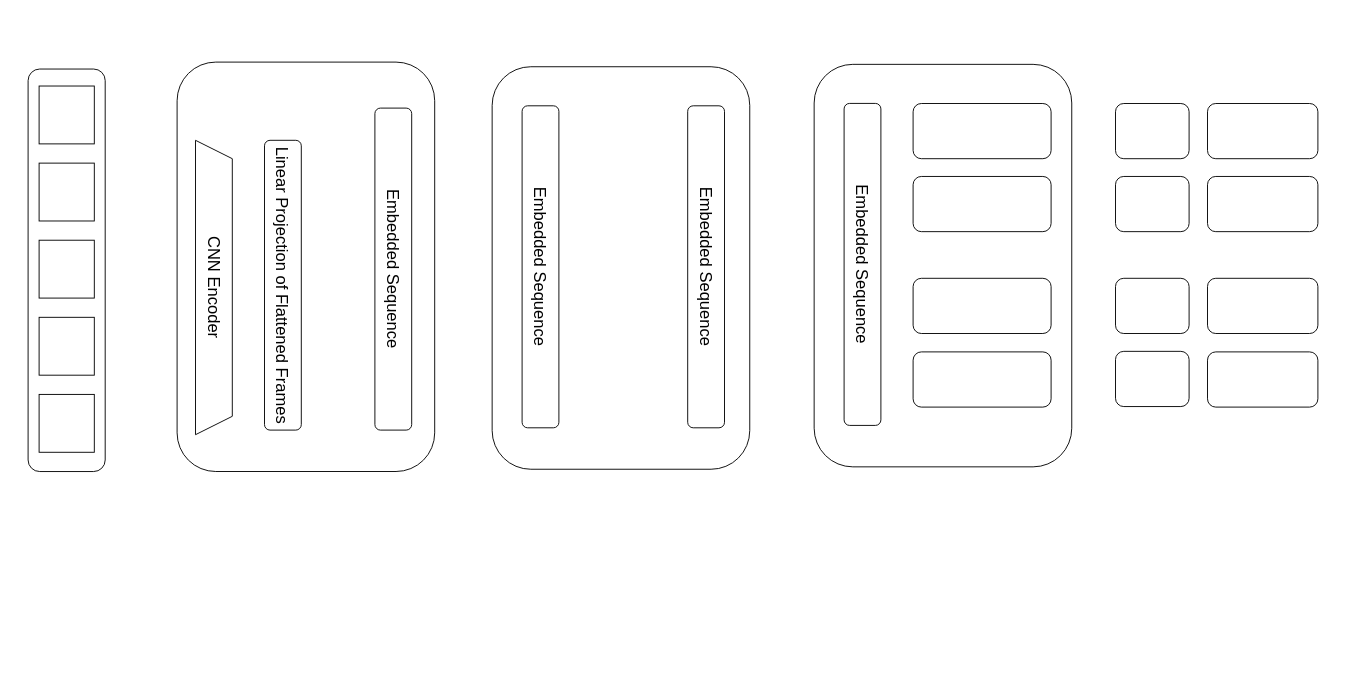
Above: CSTVT.drawio in GeorgeLifinRell/CSTVT (draw.io), before the change. Source tidied: cells renumbered, new cells numbered last; positions are measured from the earlier drawing's top-left corner, leaving out a move shared by most shapes. Both pictures are drawn from the tidied source at 92%, with x=0, y=0 at pixel (-135, 62).
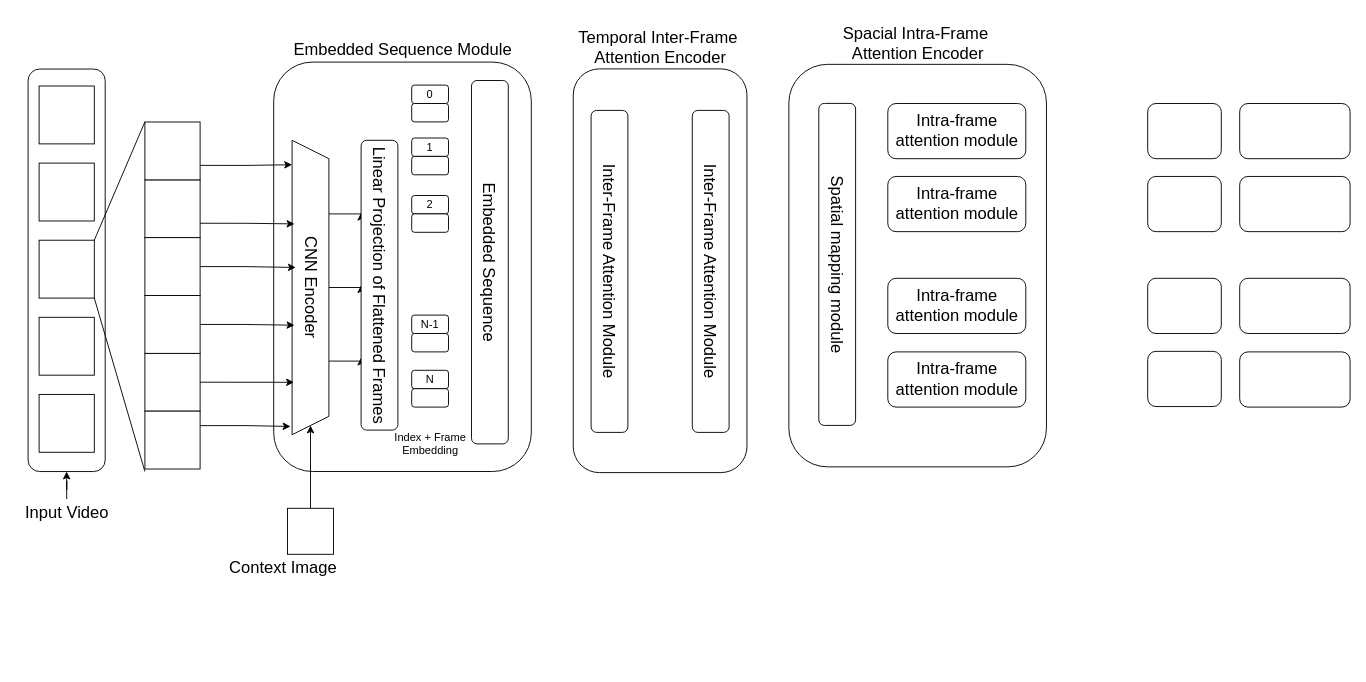
After the change.

Unchanged cells that the change refers to:
```xml
<mxCell id="2" style="rounded=1;whiteSpace=wrap;html=1;rotation=90;" parent="1" vertex="1">
  <mxGeometry x="0.2" y="184.4" width="437.5" height="83.8" as="geometry" />
</mxCell>
<mxCell id="5" style="rounded=0;whiteSpace=wrap;html=1;" parent="1" vertex="1">
  <mxGeometry x="189" y="193.6" width="60" height="62.9" as="geometry" />
</mxCell>
```

The edit, as a diff of the source:
```diff
@@
-    <mxCell id="8" style="group;" parent="1" vertex="1">
-      <mxGeometry x="339" width="280" height="445" as="geometry" />
-    </mxCell>
-    <mxCell id="9" style="rounded=1;whiteSpace=wrap;html=1;rotation=90;" parent="8" vertex="1">
-      <mxGeometry x="-82.5" y="82.5" width="445" height="280" as="geometry" />
-    </mxCell>
-    <mxCell id="10" value="&lt;font style=&quot;font-size: 18px;&quot;&gt;CNN Encoder&lt;/font&gt;" style="shape=trapezoid;perimeter=trapezoidPerimeter;whiteSpace=wrap;html=1;fixedSize=1;rotation=90;" parent="8" vertex="1">
-      <mxGeometry x="-120" y="225" width="320" height="40" as="geometry" />
-    </mxCell>
-    <mxCell id="11" value="&lt;font style=&quot;font-size: 18px;&quot;&gt;Linear Projection of Flattened Frames&lt;/font&gt;" style="rounded=1;whiteSpace=wrap;html=1;rotation=90;" parent="8" vertex="1">
-      <mxGeometry x="-42.5" y="222.5" width="315" height="40" as="geometry" />
-    </mxCell>
-    <mxCell id="12" value="&lt;font style=&quot;font-size: 18px;&quot;&gt;Embedded Sequence&lt;/font&gt;" style="rounded=1;whiteSpace=wrap;html=1;rotation=90;" parent="8" vertex="1">
-      <mxGeometry x="60" y="205" width="350" height="40" as="geometry" />
-    </mxCell>
-    <mxCell id="13" style="group;" parent="1" vertex="1">
-      <mxGeometry x="681.5" y="5" width="280" height="437.5" as="geometry" />
-    </mxCell>
-    <mxCell id="14" style="rounded=1;whiteSpace=wrap;html=1;rotation=90;" parent="13" vertex="1">
-      <mxGeometry x="-78.8" y="78.8" width="437.5" height="280" as="geometry" />
-    </mxCell>
-    <mxCell id="15" value="&lt;font style=&quot;font-size: 18px;&quot;&gt;Embedded Sequence&lt;/font&gt;" style="rounded=1;whiteSpace=wrap;html=1;rotation=90;" parent="13" vertex="1">
-      <mxGeometry x="-122.5" y="197.5" width="350" height="40" as="geometry" />
-    </mxCell>
-    <mxCell id="16" value="&lt;font style=&quot;font-size: 18px;&quot;&gt;Embedded Sequence&lt;/font&gt;" style="rounded=1;whiteSpace=wrap;html=1;rotation=90;" parent="13" vertex="1">
-      <mxGeometry x="57.5" y="197.5" width="350" height="40" as="geometry" />
-    </mxCell>
     <mxCell id="17" style="group;" parent="1" vertex="1">
-      <mxGeometry x="1031.5" y="2.4" width="280" height="437.5" as="geometry" />
+      <mxGeometry x="1004" y="2.4" width="280" height="653.8" as="geometry" />
     </mxCell>
@@
-    <mxCell id="19" value="&lt;font style=&quot;font-size: 18px;&quot;&gt;Embedded Sequence&lt;/font&gt;" style="rounded=1;whiteSpace=wrap;html=1;rotation=90;" parent="17" vertex="1">
+    <mxCell id="19" value="&lt;font style=&quot;font-size: 18px;&quot;&gt;Spatial mapping module&lt;/font&gt;" style="rounded=1;whiteSpace=wrap;html=1;rotation=90;" parent="17" vertex="1">
       <mxGeometry x="-122.5" y="197.5" width="350" height="40" as="geometry" />
     </mxCell>
-    <mxCell id="20" style="rounded=1;whiteSpace=wrap;html=1;" parent="17" vertex="1">
+    <mxCell id="20" value="&lt;font style=&quot;font-size: 18px;&quot;&gt;Intra-frame attention module&lt;/font&gt;" style="rounded=1;whiteSpace=wrap;html=1;" parent="17" vertex="1">
       <mxGeometry x="107.5" y="42.6" width="150" height="60" as="geometry" />
     </mxCell>
-    <mxCell id="21" style="rounded=1;whiteSpace=wrap;html=1;" parent="17" vertex="1">
+    <mxCell id="21" value="&lt;span style=&quot;font-size: 18px;&quot;&gt;Intra-frame attention module&lt;/span&gt;" style="rounded=1;whiteSpace=wrap;html=1;" parent="17" vertex="1">
       <mxGeometry x="107.5" y="312.6" width="150" height="60" as="geometry" />
     </mxCell>
-    <mxCell id="22" style="rounded=1;whiteSpace=wrap;html=1;" parent="17" vertex="1">
+    <mxCell id="22" value="&lt;span style=&quot;font-size: 18px;&quot;&gt;Intra-frame attention module&lt;/span&gt;" style="rounded=1;whiteSpace=wrap;html=1;" parent="17" vertex="1">
       <mxGeometry x="107.5" y="232.6" width="150" height="60" as="geometry" />
     </mxCell>
-    <mxCell id="23" style="rounded=1;whiteSpace=wrap;html=1;" parent="17" vertex="1">
+    <mxCell id="23" value="&lt;span style=&quot;font-size: 18px;&quot;&gt;Intra-frame attention module&lt;/span&gt;" style="rounded=1;whiteSpace=wrap;html=1;" parent="17" vertex="1">
       <mxGeometry x="107.5" y="121.9" width="150" height="60" as="geometry" />
     </mxCell>
     <mxCell id="24" style="group;" parent="1" vertex="1">
-      <mxGeometry x="1359" y="45" width="220" height="330" as="geometry" />
+      <mxGeometry x="1394" y="45" width="220" height="330" as="geometry" />
     </mxCell>
@@
+    <mxCell id="33" style="edgeStyle=orthogonalEdgeStyle;rounded=0;jettySize=auto;html=1;entryX=1;entryY=0.5;entryDx=0;entryDy=0;" parent="1" edge="1" source="34" target="2">
+      <mxGeometry relative="1" as="geometry" />
+    </mxCell>
+    <mxCell id="34" value="&lt;font style=&quot;font-size: 18px;&quot;&gt;Input Video&lt;/font&gt;" style="text;html=1;align=center;verticalAlign=middle;points=[];strokeColor=none;fillColor=none;" parent="1" vertex="1">
+      <mxGeometry x="164" y="475" width="110" height="30" as="geometry" />
+    </mxCell>
+    <mxCell id="35" value="&lt;font style=&quot;font-size: 18px;&quot;&gt;Context Image&lt;/font&gt;" style="text;html=1;align=center;verticalAlign=middle;strokeColor=none;fillColor=none;" parent="1" vertex="1">
+      <mxGeometry x="384" y="535" width="140" height="30" as="geometry" />
+    </mxCell>
+    <mxCell id="36" value="&lt;font style=&quot;font-size: 18px;&quot;&gt;Spacial Intra-Frame&amp;nbsp;&lt;/font&gt;&lt;div&gt;&lt;font style=&quot;font-size: 18px;&quot;&gt;Attention Encoder&lt;/font&gt;&lt;/div&gt;" style="text;html=1;align=center;verticalAlign=middle;strokeColor=none;fillColor=none;" parent="1" vertex="1">
+      <mxGeometry x="1049" y="-50" width="190" height="60" as="geometry" />
+    </mxCell>
+    <mxCell id="37" style="group;" parent="1" vertex="1">
+      <mxGeometry x="304" y="65.1" width="60" height="377.1" as="geometry" />
+    </mxCell>
+    <mxCell id="38" style="rounded=0;whiteSpace=wrap;html=1;" parent="37" vertex="1">
+      <mxGeometry y="62.9" width="60" height="62.9" as="geometry" />
+    </mxCell>
+    <mxCell id="39" style="rounded=0;whiteSpace=wrap;html=1;" parent="37" vertex="1">
+      <mxGeometry y="125.7" width="60" height="62.9" as="geometry" />
+    </mxCell>
+    <mxCell id="40" style="rounded=0;whiteSpace=wrap;html=1;" parent="37" vertex="1">
+      <mxGeometry y="251.4" width="60" height="62.9" as="geometry" />
+    </mxCell>
+    <mxCell id="41" style="rounded=0;whiteSpace=wrap;html=1;" parent="37" vertex="1">
+      <mxGeometry y="188.6" width="60" height="62.9" as="geometry" />
+    </mxCell>
+    <mxCell id="42" style="rounded=0;whiteSpace=wrap;html=1;" parent="37" vertex="1">
+      <mxGeometry width="60" height="62.9" as="geometry" />
+    </mxCell>
+    <mxCell id="43" style="rounded=0;whiteSpace=wrap;html=1;" parent="37" vertex="1">
+      <mxGeometry y="314.3" width="60" height="62.9" as="geometry" />
+    </mxCell>
+    <mxCell id="44" style="group;" parent="1" vertex="1">
+      <mxGeometry x="444" y="-27.6" width="520" height="572.6" as="geometry" />
+    </mxCell>
+    <mxCell id="8" style="group;" parent="44" vertex="1">
+      <mxGeometry y="27.6" width="520" height="446.2" as="geometry" />
+    </mxCell>
+    <mxCell id="9" style="rounded=1;whiteSpace=wrap;html=1;rotation=90;" parent="8" vertex="1">
+      <mxGeometry x="-82.5" y="82.5" width="445" height="280" as="geometry" />
+    </mxCell>
+    <mxCell id="45" style="edgeStyle=orthogonalEdgeStyle;rounded=0;jettySize=auto;html=1;exitX=0.5;exitY=0;exitDx=0;exitDy=0;entryX=0.5;entryY=1;entryDx=0;entryDy=0;" parent="8" edge="1" source="10" target="11">
+      <mxGeometry relative="1" as="geometry" />
+    </mxCell>
+    <mxCell id="46" style="edgeStyle=orthogonalEdgeStyle;rounded=0;jettySize=auto;html=1;exitX=0.25;exitY=0;exitDx=0;exitDy=0;entryX=0.25;entryY=1;entryDx=0;entryDy=0;" parent="8" edge="1" source="10" target="11">
+      <mxGeometry relative="1" as="geometry" />
+    </mxCell>
+    <mxCell id="47" style="edgeStyle=orthogonalEdgeStyle;rounded=0;jettySize=auto;html=1;exitX=0.75;exitY=0;exitDx=0;exitDy=0;entryX=0.75;entryY=1;entryDx=0;entryDy=0;" parent="8" edge="1" source="10" target="11">
+      <mxGeometry relative="1" as="geometry" />
+    </mxCell>
+    <mxCell id="10" value="&lt;font style=&quot;font-size: 18px;&quot;&gt;CNN Encoder&lt;/font&gt;" style="shape=trapezoid;perimeter=trapezoidPerimeter;whiteSpace=wrap;html=1;fixedSize=1;rotation=90;" parent="8" vertex="1">
+      <mxGeometry x="-120" y="225" width="320" height="40" as="geometry" />
+    </mxCell>
+    <mxCell id="11" value="&lt;font style=&quot;font-size: 18px;&quot;&gt;Linear Projection of Flattened Frames&lt;/font&gt;" style="rounded=1;whiteSpace=wrap;html=1;rotation=90;" parent="8" vertex="1">
+      <mxGeometry x="-42.5" y="222.5" width="315" height="40" as="geometry" />
+    </mxCell>
+    <mxCell id="12" value="&lt;font style=&quot;font-size: 18px;&quot;&gt;Embedded Sequence&lt;/font&gt;" style="rounded=1;whiteSpace=wrap;html=1;rotation=90;" parent="8" vertex="1">
+      <mxGeometry x="37.5" y="197.5" width="395" height="40" as="geometry" />
+    </mxCell>
+    <mxCell id="48" style="group;" parent="8" vertex="1">
+      <mxGeometry x="150" y="25" width="40" height="40" as="geometry" />
+    </mxCell>
+    <mxCell id="49" value="0" style="rounded=1;whiteSpace=wrap;html=1;" parent="48" vertex="1">
+      <mxGeometry width="40" height="20" as="geometry" />
+    </mxCell>
+    <mxCell id="50" style="rounded=1;whiteSpace=wrap;html=1;" parent="48" vertex="1">
+      <mxGeometry y="20" width="40" height="20" as="geometry" />
+    </mxCell>
+    <mxCell id="51" style="group;" parent="8" vertex="1">
+      <mxGeometry x="150" y="82.5" width="40" height="40" as="geometry" />
+    </mxCell>
+    <mxCell id="52" value="1" style="rounded=1;whiteSpace=wrap;html=1;" parent="51" vertex="1">
+      <mxGeometry width="40" height="20" as="geometry" />
+    </mxCell>
+    <mxCell id="53" style="rounded=1;whiteSpace=wrap;html=1;" parent="51" vertex="1">
+      <mxGeometry y="20" width="40" height="20" as="geometry" />
+    </mxCell>
+    <mxCell id="54" style="group;" parent="8" vertex="1">
+      <mxGeometry x="150" y="145" width="40" height="40" as="geometry" />
+    </mxCell>
+    <mxCell id="55" value="2" style="rounded=1;whiteSpace=wrap;html=1;" parent="54" vertex="1">
+      <mxGeometry width="40" height="20" as="geometry" />
+    </mxCell>
+    <mxCell id="56" style="rounded=1;whiteSpace=wrap;html=1;" parent="54" vertex="1">
+      <mxGeometry y="20" width="40" height="20" as="geometry" />
+    </mxCell>
+    <mxCell id="57" style="group;" parent="8" vertex="1">
+      <mxGeometry x="150" y="275" width="40" height="40" as="geometry" />
+    </mxCell>
+    <mxCell id="58" value="N-1" style="rounded=1;whiteSpace=wrap;html=1;" parent="57" vertex="1">
+      <mxGeometry width="40" height="20" as="geometry" />
+    </mxCell>
+    <mxCell id="59" style="rounded=1;whiteSpace=wrap;html=1;" parent="57" vertex="1">
+      <mxGeometry y="20" width="40" height="20" as="geometry" />
+    </mxCell>
+    <mxCell id="60" style="group;" parent="8" vertex="1">
+      <mxGeometry x="150" y="335" width="40" height="40" as="geometry" />
+    </mxCell>
+    <mxCell id="61" value="N" style="rounded=1;whiteSpace=wrap;html=1;" parent="60" vertex="1">
+      <mxGeometry width="40" height="20" as="geometry" />
+    </mxCell>
+    <mxCell id="62" style="rounded=1;whiteSpace=wrap;html=1;" parent="60" vertex="1">
+      <mxGeometry y="20" width="40" height="20" as="geometry" />
+    </mxCell>
+    <mxCell id="63" value="Index + Frame&lt;div&gt;Embedding&lt;/div&gt;" style="text;html=1;align=center;verticalAlign=middle;strokeColor=none;fillColor=none;" parent="8" vertex="1">
+      <mxGeometry x="120" y="395" width="100" height="40" as="geometry" />
+    </mxCell>
+    <mxCell id="64" style="group;" parent="8" vertex="1">
+      <mxGeometry x="320" y="-45" width="200" height="491.2" as="geometry" />
+    </mxCell>
+    <mxCell id="65" value="&lt;font style=&quot;font-size: 18px;&quot;&gt;Temporal Inter-Frame&amp;nbsp;&lt;/font&gt;&lt;div&gt;&lt;font style=&quot;font-size: 18px;&quot;&gt;Attention Encoder&lt;/font&gt;&lt;/div&gt;" style="text;html=1;align=center;verticalAlign=middle;strokeColor=none;fillColor=none;" parent="64" vertex="1">
+      <mxGeometry width="200" height="60" as="geometry" />
+    </mxCell>
+    <mxCell id="66" style="group;" parent="64" vertex="1">
+      <mxGeometry x="5.6" y="52.4" width="188.8" height="438.8" as="geometry" />
+    </mxCell>
+    <mxCell id="14" style="rounded=1;whiteSpace=wrap;html=1;rotation=90;" parent="66" vertex="1">
+      <mxGeometry x="-125" y="125" width="438.8" height="188.8" as="geometry" />
+    </mxCell>
+    <mxCell id="15" value="&lt;font style=&quot;font-size: 18px;&quot;&gt;Inter-Frame Attention Module&lt;/font&gt;" style="rounded=1;whiteSpace=wrap;html=1;rotation=90;" parent="66" vertex="1">
+      <mxGeometry x="-135.6" y="200.1" width="350" height="40" as="geometry" />
+    </mxCell>
+    <mxCell id="16" value="&lt;span style=&quot;font-size: 18px;&quot;&gt;Inter-Frame Attention Module&lt;/span&gt;" style="rounded=1;whiteSpace=wrap;html=1;rotation=90;" parent="66" vertex="1">
+      <mxGeometry x="-25.6" y="200.1" width="350" height="40" as="geometry" />
+    </mxCell>
+    <mxCell id="67" style="edgeStyle=orthogonalEdgeStyle;rounded=0;jettySize=auto;html=1;entryX=1;entryY=0.5;entryDx=0;entryDy=0;" parent="44" edge="1" source="68" target="10">
+      <mxGeometry relative="1" as="geometry" />
+    </mxCell>
+    <mxCell id="68" style="rounded=0;whiteSpace=wrap;html=1;" parent="44" vertex="1">
+      <mxGeometry x="15" y="512.6" width="50" height="50" as="geometry" />
+    </mxCell>
+    <mxCell id="69" value="&lt;font style=&quot;font-size: 18px;&quot;&gt;Embedded Sequence Module&lt;/font&gt;" style="text;html=1;align=center;verticalAlign=middle;strokeColor=none;fillColor=none;" parent="44" vertex="1">
+      <mxGeometry x="10" width="260" height="30" as="geometry" />
+    </mxCell>
+    <mxCell id="70" style="endArrow=none;html=1;rounded=0;exitX=1;exitY=0;exitDx=0;exitDy=0;" parent="1" edge="1" source="5">
+      <mxGeometry relative="1" as="geometry">
+        <mxPoint x="304" y="65" as="targetPoint" />
+      </mxGeometry>
+    </mxCell>
+    <mxCell id="71" style="endArrow=none;html=1;rounded=0;exitX=1;exitY=1;exitDx=0;exitDy=0;" parent="1" edge="1" source="5">
+      <mxGeometry relative="1" as="geometry">
+        <mxPoint x="304" y="445" as="targetPoint" />
+      </mxGeometry>
+    </mxCell>
+    <mxCell id="72" style="edgeStyle=orthogonalEdgeStyle;rounded=0;jettySize=auto;html=1;exitX=1;exitY=0.75;exitDx=0;exitDy=0;entryX=0.083;entryY=1;entryDx=0;entryDy=0;entryPerimeter=0;" parent="1" edge="1" source="42" target="10">
+      <mxGeometry relative="1" as="geometry" />
+    </mxCell>
+    <mxCell id="73" style="edgeStyle=orthogonalEdgeStyle;rounded=0;jettySize=auto;html=1;exitX=1;exitY=0.5;exitDx=0;exitDy=0;entryX=0.432;entryY=0.9;entryDx=0;entryDy=0;entryPerimeter=0;" parent="1" edge="1" source="39" target="10">
+      <mxGeometry relative="1" as="geometry" />
+    </mxCell>
+    <mxCell id="74" style="edgeStyle=orthogonalEdgeStyle;rounded=0;jettySize=auto;html=1;exitX=1;exitY=0.5;exitDx=0;exitDy=0;entryX=0.628;entryY=0.936;entryDx=0;entryDy=0;entryPerimeter=0;" parent="1" edge="1" source="41" target="10">
+      <mxGeometry relative="1" as="geometry" />
+    </mxCell>
+    <mxCell id="75" style="edgeStyle=orthogonalEdgeStyle;rounded=0;jettySize=auto;html=1;exitX=1;exitY=0.75;exitDx=0;exitDy=0;entryX=0.284;entryY=0.936;entryDx=0;entryDy=0;entryPerimeter=0;" parent="1" edge="1" source="38" target="10">
+      <mxGeometry relative="1" as="geometry" />
+    </mxCell>
+    <mxCell id="76" style="edgeStyle=orthogonalEdgeStyle;rounded=0;jettySize=auto;html=1;exitX=1;exitY=0.25;exitDx=0;exitDy=0;entryX=0.972;entryY=1.043;entryDx=0;entryDy=0;entryPerimeter=0;" parent="1" edge="1" source="43" target="10">
+      <mxGeometry relative="1" as="geometry" />
+    </mxCell>
+    <mxCell id="77" style="edgeStyle=orthogonalEdgeStyle;rounded=0;jettySize=auto;html=1;exitX=1;exitY=0.5;exitDx=0;exitDy=0;entryX=0.822;entryY=0.95;entryDx=0;entryDy=0;entryPerimeter=0;" parent="1" edge="1" source="40" target="10">
+      <mxGeometry relative="1" as="geometry" />
+    </mxCell>
```
